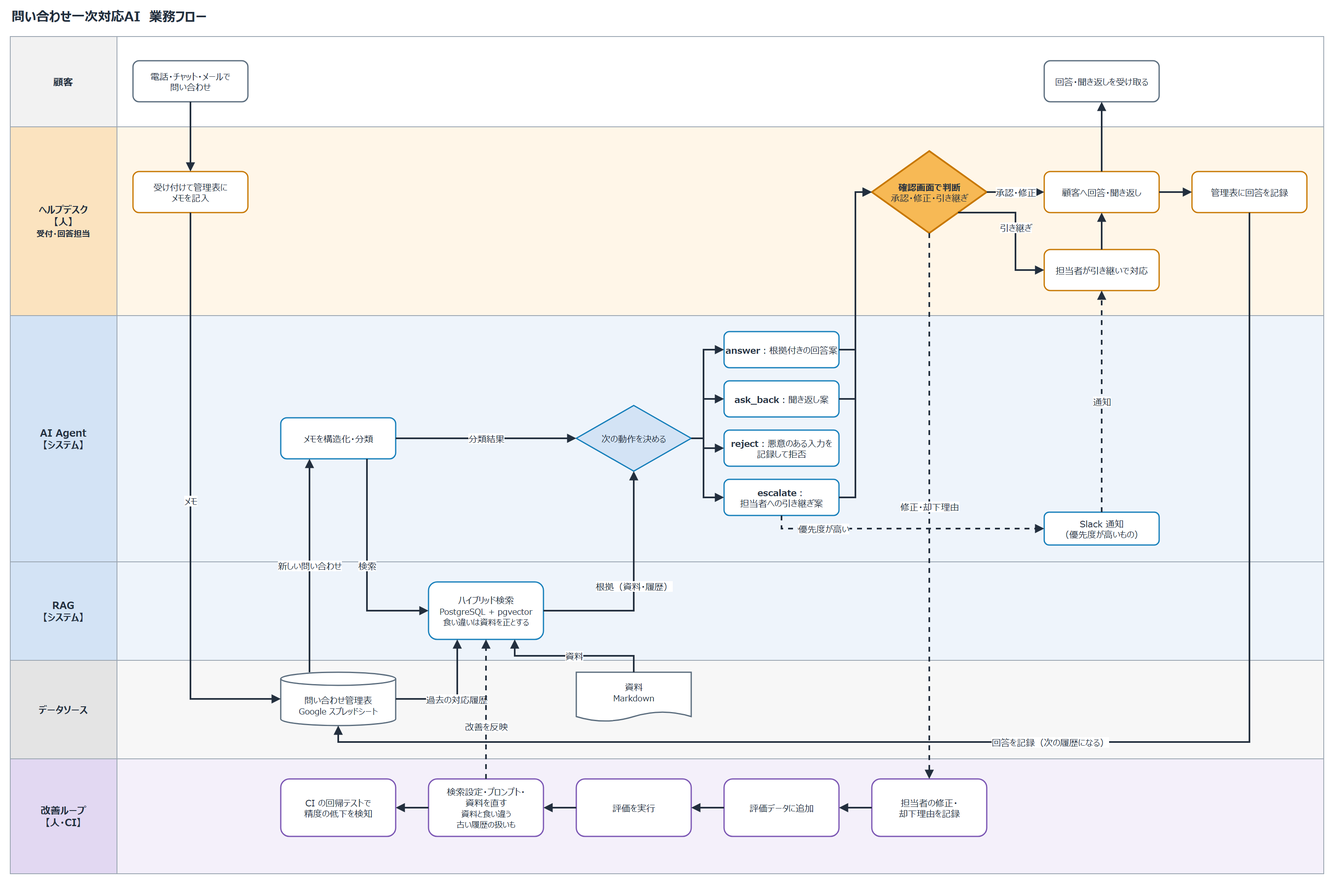
Above: docs/business-flow.drawio.png in geek-teru/llm-inquiry-agent-sample (draw.io), before the change. Source tidied: cells renumbered, new cells last; positions are measured from the earlier drawing's top-left corner, leaving out a move shared by most shapes.
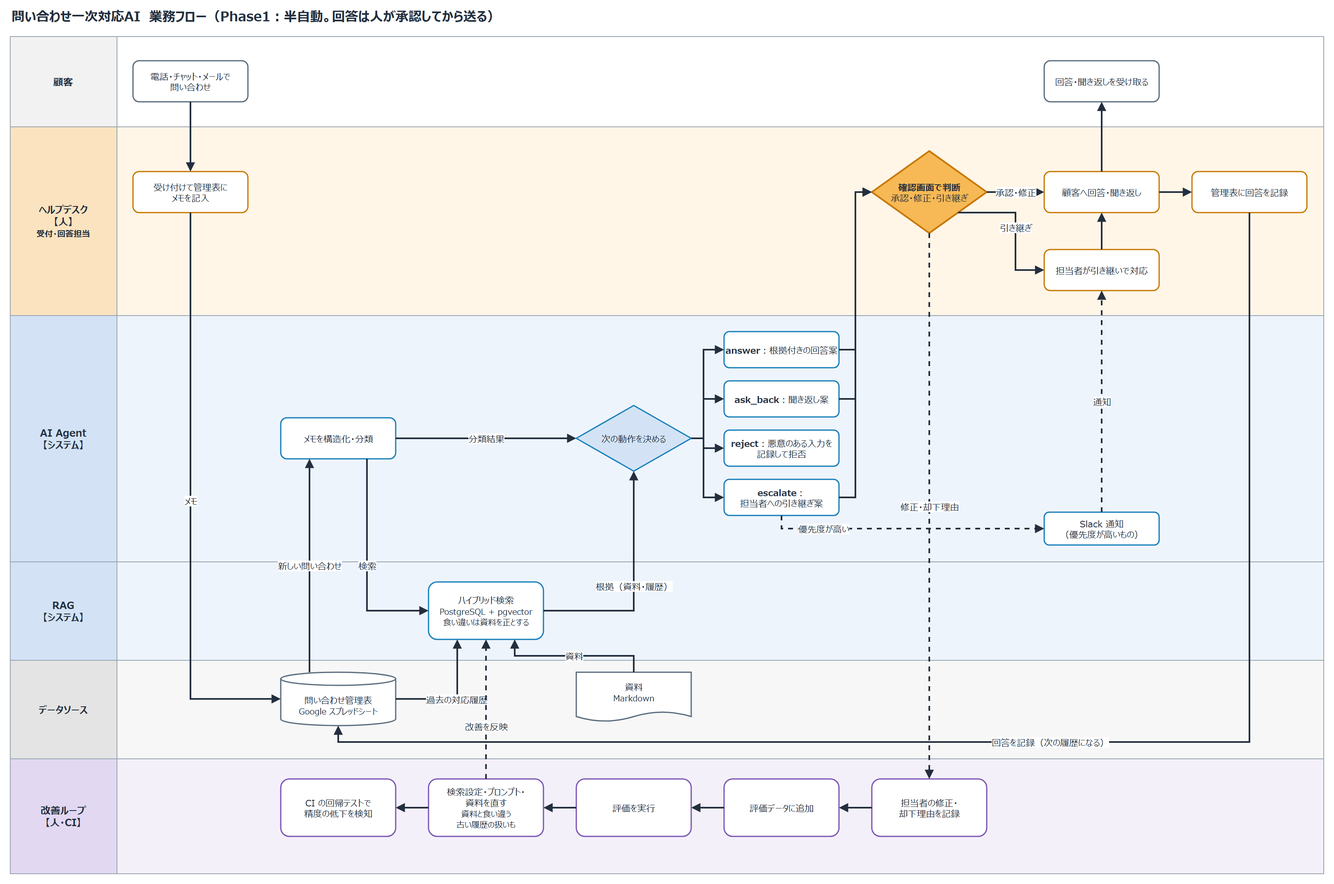
Later version of the same file.

Commit message:
docs: mark business flow diagram as Phase1 (semi-automated)

What changed in the source:
```diff
@@ -44,8 +44,8 @@
     <mxCell id="17" value="改善ループ&lt;br&gt;【人・CI】" style="rounded=0;whiteSpace=wrap;html=1;fillColor=#E2D8F2;strokeColor=#9AA5B1;fontStyle=1;fontSize=12;fontColor=#232F3E;fontFamily=Meiryo UI;" parent="3" vertex="1">
       <mxGeometry x="20" y="940" width="130" height="140" as="geometry" />
     </mxCell>
-    <mxCell id="18" value="問い合わせ一次対応AI　業務フロー" style="text;html=1;align=left;verticalAlign=middle;fontSize=16;fontStyle=1;fontColor=#232F3E;fontFamily=Meiryo UI;" parent="4" vertex="1">
-      <mxGeometry x="20" y="20" width="600" height="30" as="geometry" />
+    <mxCell id="18" value="問い合わせ一次対応AI　業務フロー（Phase1：半自動。回答は人が承認してから送る）" style="text;html=1;align=left;verticalAlign=middle;fontSize=16;fontStyle=1;fontColor=#232F3E;fontFamily=Meiryo UI;" parent="4" vertex="1">
+      <mxGeometry x="20" y="20" width="900" height="30" as="geometry" />
     </mxCell>
     <mxCell id="19" value="電話・チャット・メールで&lt;br&gt;問い合わせ" style="rounded=1;whiteSpace=wrap;html=1;fillColor=#FFFFFF;fontSize=11;fontColor=#232F3E;fontFamily=Meiryo UI;strokeColor=#5A6C7D;strokeWidth=1.5;" parent="4" vertex="1">
       <mxGeometry x="170" y="90" width="140" height="50" as="geometry" />
```
